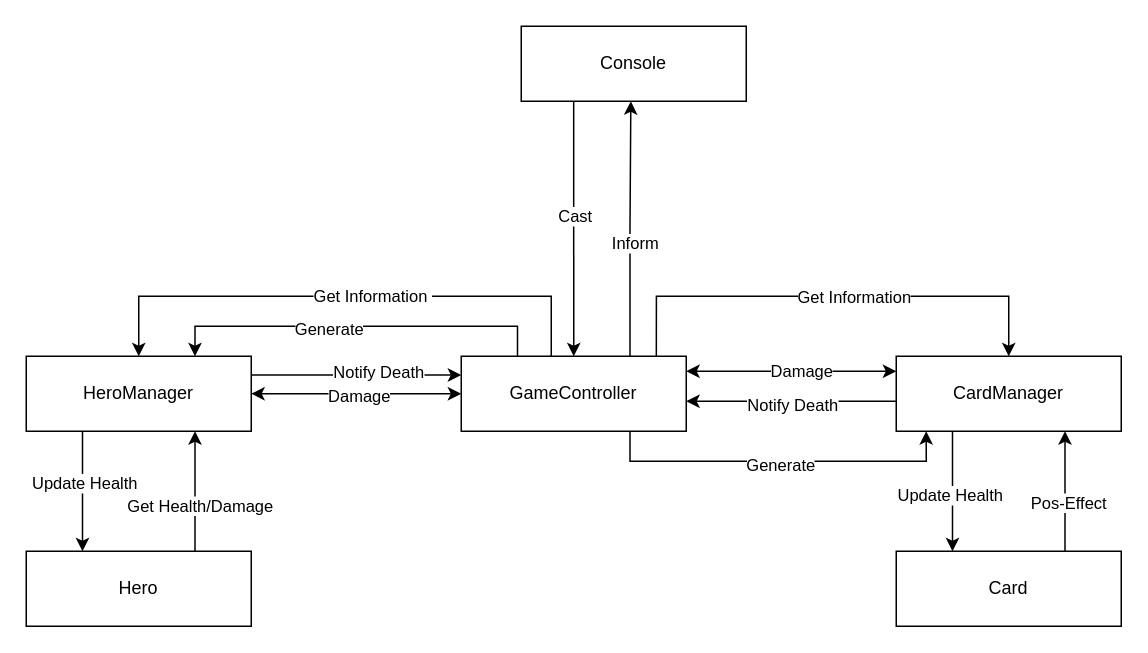
Earlier version of the draw.io diagram page "Component Diagram" (1 of 5) of HealthStone.drawio (letrunghaulosta/HealthStone). Source tidied: cells renumbered, new cells numbered last; positions are measured from the earlier drawing's top-left corner, leaving out a move shared by most shapes. Both pictures are drawn from the tidied source at 150%, with x=0, y=0 at pixel (26, 26).
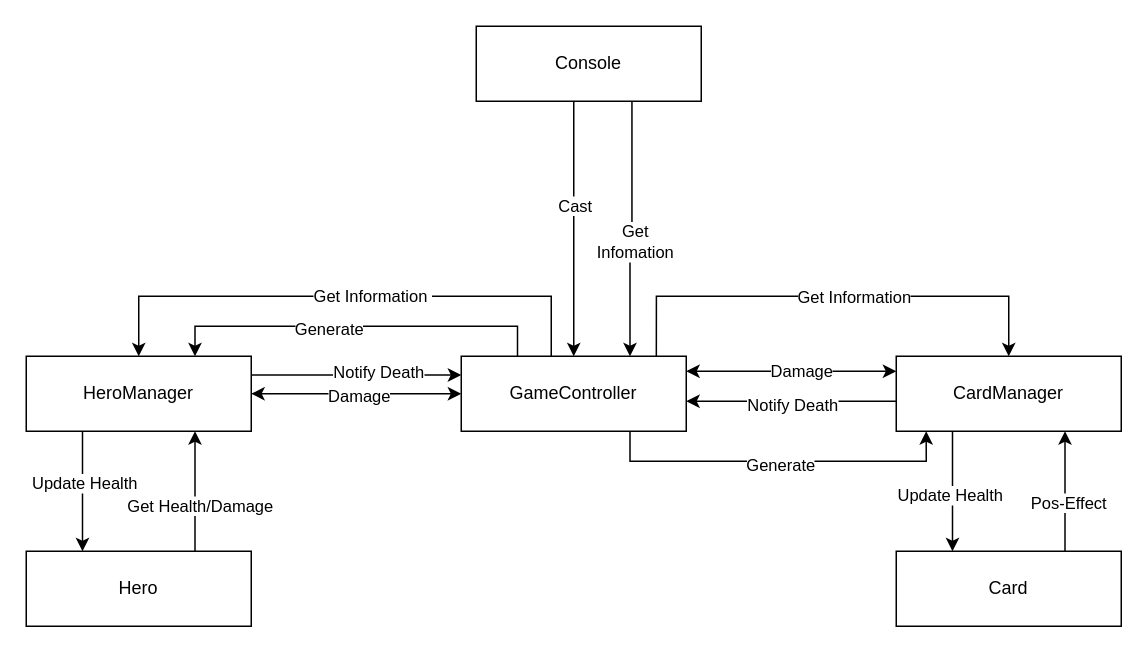
The same page after the edit.

The change refers to these unchanged cells:
```xml
<mxCell id="8" value="GameController" style="rounded=0;whiteSpace=wrap;html=1;" parent="1" vertex="1">
  <mxGeometry x="290" y="220" width="150" height="50" as="geometry" />
</mxCell>
```

Change to the diagram source:
```diff
@@
-    <mxCell id="6" style="edgeStyle=orthogonalEdgeStyle;rounded=0;jettySize=auto;html=1;exitX=0.75;exitY=0;exitDx=0;exitDy=0;entryX=0.487;entryY=1;entryDx=0;entryDy=0;entryPerimeter=0;" parent="1" edge="1" source="8" target="15">
+    <mxCell id="6" style="edgeStyle=orthogonalEdgeStyle;rounded=0;jettySize=auto;html=1;exitX=0.75;exitY=0;exitDx=0;exitDy=0;entryX=0.692;entryY=0.974;entryDx=0;entryDy=0;entryPerimeter=0;startArrow=classic;startFill=1;endArrow=none;endFill=0;" parent="1" edge="1" source="8" target="15">
       <mxGeometry relative="1" as="geometry">
         <Array as="points">
           <mxPoint x="403" y="135" />
-          <mxPoint x="403" y="135" />
+          <mxPoint x="404" y="135" />
         </Array>
       </mxGeometry>
     </mxCell>
-    <mxCell id="7" value="Inform" style="edgeLabel;html=1;align=center;verticalAlign=middle;" parent="6" vertex="1">
+    <mxCell id="7" value="Get &lt;br&gt;Infomation" style="edgeLabel;html=1;align=center;verticalAlign=middle;" parent="6" vertex="1">
       <mxGeometry x="-0.1" y="-2" relative="1" as="geometry">
         <mxPoint x="1" y="1" as="offset" />
       </mxGeometry>
     </mxCell>
@@
     <mxCell id="13" style="edgeStyle=orthogonalEdgeStyle;rounded=0;jettySize=auto;html=1;exitX=0.233;exitY=1;exitDx=0;exitDy=0;exitPerimeter=0;entryX=0.5;entryY=0;entryDx=0;entryDy=0;entryPerimeter=0;" parent="1" edge="1" source="15" target="8">
-      <mxGeometry relative="1" as="geometry" />
+      <mxGeometry relative="1" as="geometry">
+        <Array as="points">
+          <mxPoint x="365" y="50" />
+        </Array>
+      </mxGeometry>
     </mxCell>
     <mxCell id="14" value="Cast" style="edgeLabel;html=1;align=center;verticalAlign=middle;" parent="13" vertex="1">
-      <mxGeometry x="-0.1" y="1" relative="1" as="geometry" />
+      <mxGeometry x="-0.1" y="1" relative="1" as="geometry">
+        <mxPoint x="-1" y="10" as="offset" />
+      </mxGeometry>
     </mxCell>
     <mxCell id="15" value="Console" style="rounded=0;whiteSpace=wrap;html=1;" parent="1" vertex="1">
-      <mxGeometry x="330" width="150" height="50" as="geometry" />
+      <mxGeometry x="300" width="150" height="50" as="geometry" />
     </mxCell>
```
